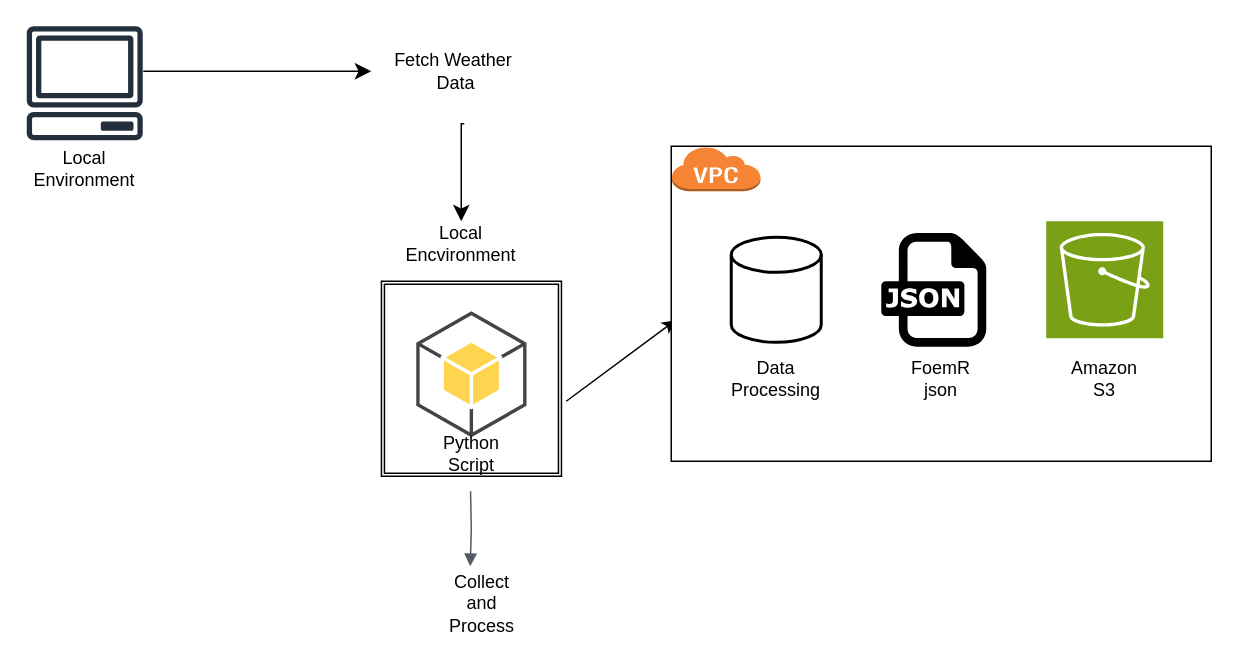
Above: Untitled Diagram.drawio in nikkadur/Day_1_Devops_Challenge (draw.io), before the change. Source tidied: cells renumbered, new cells numbered last; positions are measured from the earlier drawing's top-left corner, leaving out a move shared by most shapes. Both pictures are drawn from the tidied source at 150%, with x=0, y=0 at pixel (26, 26).
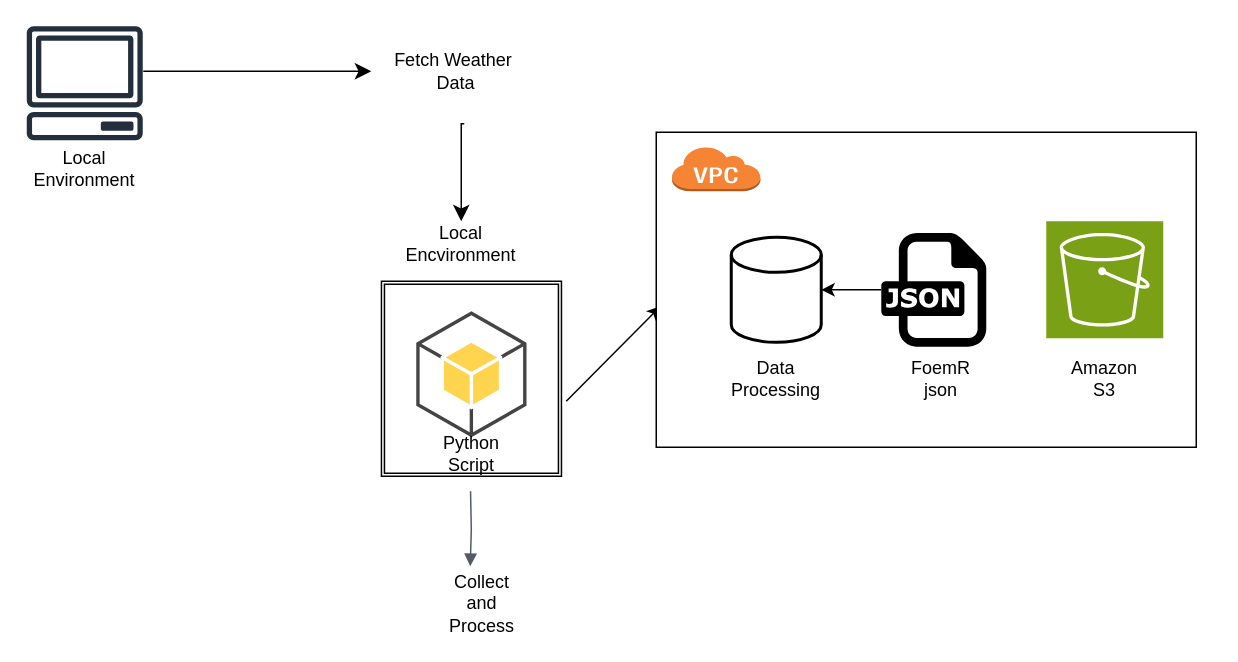
The same page after the edit.

Unchanged cells that the change refers to:
```xml
<mxCell id="15" style="strokeWidth=2;html=1;shape=mxgraph.flowchart.database;whiteSpace=wrap;" parent="1" vertex="1">
  <mxGeometry x="470" y="140.7" width="60" height="70" as="geometry" />
</mxCell>
<mxCell id="18" style="dashed=0;outlineConnect=0;html=1;align=center;labelPosition=center;verticalLabelPosition=bottom;verticalAlign=top;shape=mxgraph.weblogos.json;" parent="1" vertex="1">
  <mxGeometry x="570" y="137.8" width="70" height="75.8" as="geometry" />
</mxCell>
```

Diff of the diagram source:
```diff
@@
     <mxCell id="14" style="verticalLabelPosition=bottom;verticalAlign=top;html=1;shape=mxgraph.basic.rect;fillColor2=none;strokeWidth=1;size=0;indent=5;" parent="1" vertex="1">
-      <mxGeometry x="430" y="80" width="360" height="210" as="geometry" />
+      <mxGeometry x="420" y="70.7" width="360" height="210" as="geometry" />
     </mxCell>
@@
+    <mxCell id="24" style="edgeStyle=orthogonalEdgeStyle;rounded=0;jettySize=auto;html=1;" parent="1" edge="1" source="18" target="15">
+      <mxGeometry relative="1" as="geometry" />
+    </mxCell>
```
